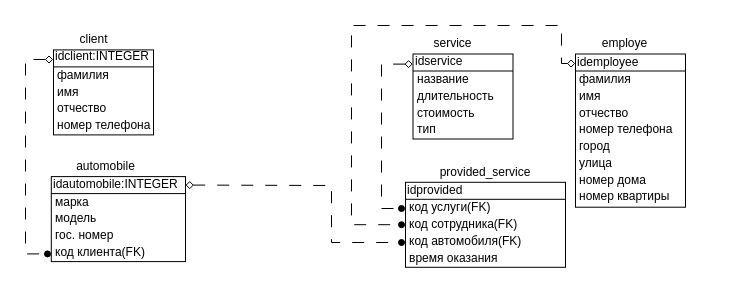
Above: Physic.drawio in Mejioy/SUBD (draw.io), before the change. Source tidied: cells renumbered, new cells numbered last; positions are measured from the earlier drawing's top-left corner, leaving out a move shared by most shapes. Both pictures are drawn from the tidied source at 100%, with x=0, y=0 at pixel (25, 25). Pictures stored in the file or linked from it are replaced by grey dashed boxes.
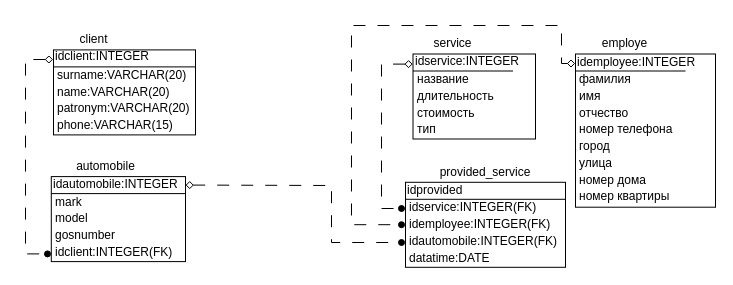
The same diagram, later.

The edit, as a diff of the source:
```diff
@@
     <mxCell id="2" style="rounded=0;whiteSpace=wrap;html=1;" parent="1" vertex="1">
-      <mxGeometry x="28" y="24.4" width="100" height="85" as="geometry" />
+      <mxGeometry x="28" y="24.4" width="142" height="85" as="geometry" />
     </mxCell>
@@
-    <mxCell id="7" value="номер телефона" style="text;html=1;strokeColor=none;fillColor=none;align=left;verticalAlign=middle;whiteSpace=wrap;rounded=0;" parent="1" vertex="1">
-      <mxGeometry x="30" y="91.7" width="102.5" height="16.8" as="geometry" />
+    <mxCell id="7" value="phone:VARCHAR(15)" style="text;html=1;strokeColor=none;fillColor=none;align=left;verticalAlign=middle;whiteSpace=wrap;rounded=0;" parent="1" vertex="1">
+      <mxGeometry x="30" y="91.7" width="120" height="16.8" as="geometry" />
     </mxCell>
     <mxCell id="8" style="endArrow=none;html=1;rounded=0;" parent="1" edge="1">
       <mxGeometry relative="1" as="geometry">
         <mxPoint x="28" y="41.4" as="sourcePoint" />
-        <mxPoint x="128" y="41.4" as="targetPoint" />
+        <mxPoint x="170" y="41.4" as="targetPoint" />
       </mxGeometry>
     </mxCell>
-    <mxCell id="9" value="фамилия" style="text;html=1;strokeColor=none;fillColor=none;align=left;verticalAlign=middle;whiteSpace=wrap;rounded=0;" parent="1" vertex="1">
-      <mxGeometry x="30" y="41.4" width="60" height="16.8" as="geometry" />
+    <mxCell id="9" value="surname:VARCHAR(20)" style="text;html=1;strokeColor=none;fillColor=none;align=left;verticalAlign=middle;whiteSpace=wrap;rounded=0;" parent="1" vertex="1">
+      <mxGeometry x="30" y="41.4" width="130" height="16.8" as="geometry" />
     </mxCell>
-    <mxCell id="10" value="имя" style="text;html=1;strokeColor=none;fillColor=none;align=left;verticalAlign=middle;whiteSpace=wrap;rounded=0;" parent="1" vertex="1">
-      <mxGeometry x="30" y="58.2" width="30" height="16.8" as="geometry" />
+    <mxCell id="10" value="name:VARCHAR(20)" style="text;html=1;strokeColor=none;fillColor=none;align=left;verticalAlign=middle;whiteSpace=wrap;rounded=0;" parent="1" vertex="1">
+      <mxGeometry x="30" y="58.2" width="130" height="16.8" as="geometry" />
     </mxCell>
-    <mxCell id="11" value="отчество" style="text;html=1;strokeColor=none;fillColor=none;align=left;verticalAlign=middle;whiteSpace=wrap;rounded=0;" parent="1" vertex="1">
-      <mxGeometry x="30" y="74.9" width="58" height="16.8" as="geometry" />
+    <mxCell id="11" value="patronym:VARCHAR(20)" style="text;html=1;strokeColor=none;fillColor=none;align=left;verticalAlign=middle;whiteSpace=wrap;rounded=0;" parent="1" vertex="1">
+      <mxGeometry x="30" y="74.9" width="140" height="16.8" as="geometry" />
     </mxCell>
@@
-    <mxCell id="15" value="код клиента(FK)" style="text;html=1;strokeColor=none;fillColor=none;align=left;verticalAlign=middle;whiteSpace=wrap;rounded=0;" parent="1" vertex="1">
-      <mxGeometry x="27.8" y="218.5" width="102.5" height="16.8" as="geometry" />
+    <mxCell id="15" value="idclient:INTEGER(FK)" style="text;html=1;strokeColor=none;fillColor=none;align=left;verticalAlign=middle;whiteSpace=wrap;rounded=0;" parent="1" vertex="1">
+      <mxGeometry x="27.8" y="218.5" width="122.2" height="16.8" as="geometry" />
     </mxCell>
@@
-    <mxCell id="17" value="марка" style="text;html=1;strokeColor=none;fillColor=none;align=left;verticalAlign=middle;whiteSpace=wrap;rounded=0;" parent="1" vertex="1">
+    <mxCell id="17" value="mark" style="text;html=1;strokeColor=none;fillColor=none;align=left;verticalAlign=middle;whiteSpace=wrap;rounded=0;" parent="1" vertex="1">
       <mxGeometry x="27.8" y="168.1" width="40.2" height="16.8" as="geometry" />
     </mxCell>
-    <mxCell id="18" value="модель" style="text;html=1;strokeColor=none;fillColor=none;align=left;verticalAlign=middle;whiteSpace=wrap;rounded=0;" parent="1" vertex="1">
+    <mxCell id="18" value="model" style="text;html=1;strokeColor=none;fillColor=none;align=left;verticalAlign=middle;whiteSpace=wrap;rounded=0;" parent="1" vertex="1">
       <mxGeometry x="27.8" y="184.9" width="50.2" height="16.8" as="geometry" />
     </mxCell>
-    <mxCell id="19" value="гос. номер" style="text;html=1;strokeColor=none;fillColor=none;align=left;verticalAlign=middle;whiteSpace=wrap;rounded=0;" parent="1" vertex="1">
+    <mxCell id="19" value="gosnumber" style="text;html=1;strokeColor=none;fillColor=none;align=left;verticalAlign=middle;whiteSpace=wrap;rounded=0;" parent="1" vertex="1">
       <mxGeometry x="27.8" y="201.7" width="70.2" height="16.8" as="geometry" />
     </mxCell>
     <mxCell id="20" style="rounded=0;whiteSpace=wrap;html=1;" parent="1" vertex="1">
-      <mxGeometry x="550" y="28.5" width="110" height="153.2" as="geometry" />
+      <mxGeometry x="550" y="28.5" width="140" height="153.2" as="geometry" />
     </mxCell>
@@
-    <mxCell id="23" value="idemployee" style="text;html=1;strokeColor=none;fillColor=none;align=left;verticalAlign=middle;whiteSpace=wrap;rounded=0;" parent="1" vertex="1">
-      <mxGeometry x="550" y="28.5" width="90.5" height="16.8" as="geometry" />
+    <mxCell id="23" value="idemployee:INTEGER" style="text;html=1;strokeColor=none;fillColor=none;align=left;verticalAlign=middle;whiteSpace=wrap;rounded=0;" parent="1" vertex="1">
+      <mxGeometry x="550" y="28.5" width="130" height="16.8" as="geometry" />
     </mxCell>
@@
-    <mxCell id="37" value="время оказания" style="text;html=1;strokeColor=none;fillColor=none;align=left;verticalAlign=middle;whiteSpace=wrap;rounded=0;" parent="1" vertex="1">
+    <mxCell id="37" value="datatime:DATE" style="text;html=1;strokeColor=none;fillColor=none;align=left;verticalAlign=middle;whiteSpace=wrap;rounded=0;" parent="1" vertex="1">
       <mxGeometry x="382" y="224.1" width="102.5" height="16.8" as="geometry" />
     </mxCell>
@@
-    <mxCell id="39" value="код услуги(FK)" style="text;html=1;strokeColor=none;fillColor=none;align=left;verticalAlign=middle;whiteSpace=wrap;rounded=0;" parent="1" vertex="1">
-      <mxGeometry x="382" y="173.8" width="88" height="16.8" as="geometry" />
+    <mxCell id="39" value="idservice:INTEGER(FK)" style="text;html=1;strokeColor=none;fillColor=none;align=left;verticalAlign=middle;whiteSpace=wrap;rounded=0;" parent="1" vertex="1">
+      <mxGeometry x="382" y="173.8" width="138" height="16.8" as="geometry" />
     </mxCell>
-    <mxCell id="40" value="код сотрудника(FK)" style="text;html=1;strokeColor=none;fillColor=none;align=left;verticalAlign=middle;whiteSpace=wrap;rounded=0;" parent="1" vertex="1">
-      <mxGeometry x="382" y="190.5" width="118" height="16.8" as="geometry" />
+    <mxCell id="40" value="idemployee:INTEGER(FK)" style="text;html=1;strokeColor=none;fillColor=none;align=left;verticalAlign=middle;whiteSpace=wrap;rounded=0;" parent="1" vertex="1">
+      <mxGeometry x="382" y="190.5" width="148" height="16.8" as="geometry" />
     </mxCell>
-    <mxCell id="41" value="код автомобиля(FK)" style="text;html=1;strokeColor=none;fillColor=none;align=left;verticalAlign=middle;whiteSpace=wrap;rounded=0;" parent="1" vertex="1">
-      <mxGeometry x="382" y="207.3" width="118" height="16.8" as="geometry" />
+    <mxCell id="41" value="idautomobile:INTEGER(FK)" style="text;html=1;strokeColor=none;fillColor=none;align=left;verticalAlign=middle;whiteSpace=wrap;rounded=0;" parent="1" vertex="1">
+      <mxGeometry x="382" y="207.3" width="148" height="16.8" as="geometry" />
     </mxCell>
     <mxCell id="42" style="rounded=0;whiteSpace=wrap;html=1;" parent="1" vertex="1">
-      <mxGeometry x="387.5" y="28.5" width="100" height="85" as="geometry" />
+      <mxGeometry x="387.5" y="28.5" width="122.5" height="85" as="geometry" />
     </mxCell>
@@
-    <mxCell id="44" value="idservice" style="text;html=1;strokeColor=none;fillColor=none;align=left;verticalAlign=middle;whiteSpace=wrap;rounded=0;" parent="1" vertex="1">
-      <mxGeometry x="387.5" y="27.8" width="72.5" height="16.8" as="geometry" />
+    <mxCell id="44" value="idservice:INTEGER" style="text;html=1;strokeColor=none;fillColor=none;align=left;verticalAlign=middle;whiteSpace=wrap;rounded=0;" parent="1" vertex="1">
+      <mxGeometry x="387.5" y="27.8" width="102.5" height="16.8" as="geometry" />
     </mxCell>
```
